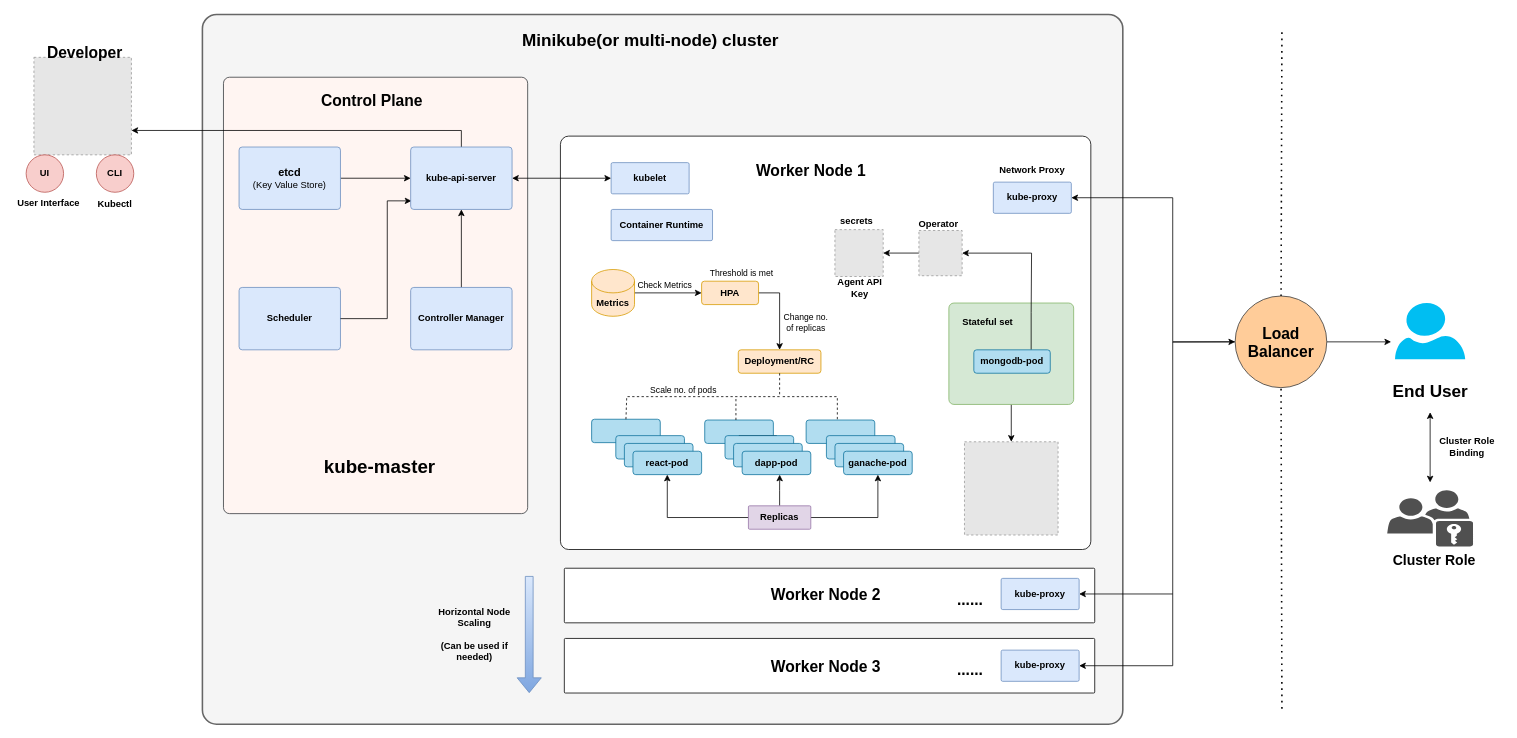
saki-osive/ScalableBlockchainApps-4032 keeps this draw.io diagram as labs/lab-4/design-document/k8s-design-doc.drawio. Above is the earlier version. Source tidied: cells renumbered, new cells numbered last; positions are measured from the earlier drawing's top-left corner, leaving out a move shared by most shapes. Both pictures are drawn from the tidied source at 78%, with x=0, y=0 at pixel (13, 14). Pictures stored in the file or linked from it are replaced by grey dashed boxes.
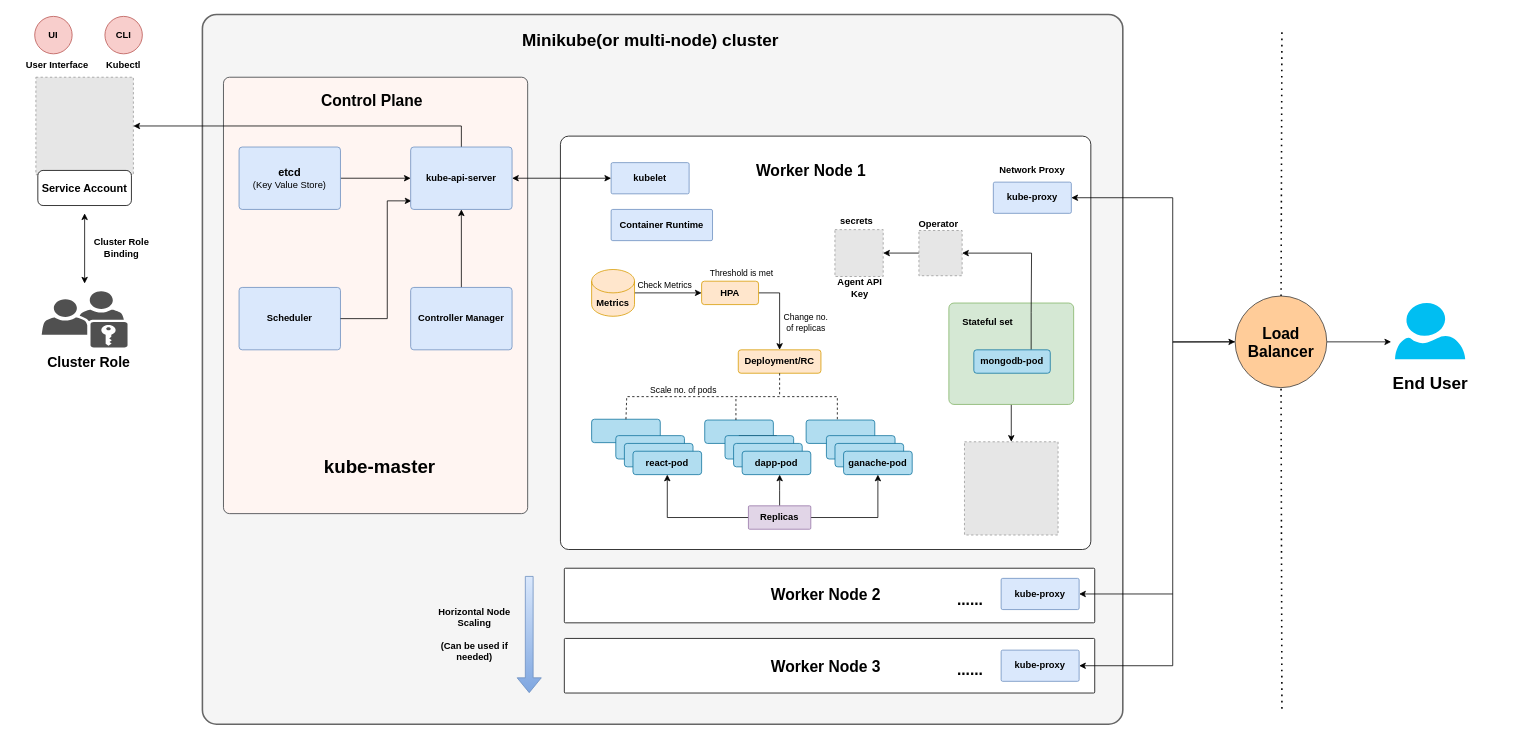
Above is the later version.

Commit message (it also covers changes not shown here):
add design document

Unchanged cells that the change refers to:
```xml
<mxCell id="13" value="&lt;b&gt;kube-api-server&lt;/b&gt;" style="rounded=1;whiteSpace=wrap;html=1;rotation=0;direction=east;flipH=0;labelBorderColor=none;labelBackgroundColor=none;imageHeight=24;arcSize=5;fillColor=#dae8fc;strokeColor=#6c8ebf;" parent="1" vertex="1">
  <mxGeometry x="509" y="170" width="130" height="80" as="geometry" />
</mxCell>
```

Diff of the diagram source:
```diff
@@
-    <mxCell id="12" style="edgeStyle=orthogonalEdgeStyle;rounded=0;jettySize=auto;html=1;exitX=0.5;exitY=0;exitDx=0;exitDy=0;entryX=1;entryY=0.75;entryDx=0;entryDy=0;" parent="1" edge="1" source="13" target="41">
-      <mxGeometry relative="1" as="geometry" />
+    <mxCell id="12" style="edgeStyle=orthogonalEdgeStyle;rounded=0;jettySize=auto;html=1;entryX=1;entryY=0.5;entryDx=0;entryDy=0;" parent="1" edge="1" source="13" target="41">
+      <mxGeometry relative="1" as="geometry">
+        <Array as="points">
+          <mxPoint x="574" y="143" />
+        </Array>
+      </mxGeometry>
     </mxCell>
@@
     <mxCell id="18" value="&lt;b&gt;&lt;sup&gt;&lt;font style=&quot;font-size: 22px;&quot;&gt;End User&lt;/font&gt;&lt;/sup&gt;&lt;/b&gt;" style="text;html=1;align=center;verticalAlign=middle;strokeColor=none;fillColor=none;" parent="1" vertex="1">
-      <mxGeometry x="1756" y="465" width="120" height="40" as="geometry" />
+      <mxGeometry x="1756" y="455" width="120" height="40" as="geometry" />
     </mxCell>
     <mxCell id="19" style="sketch=0;shadow=0;dashed=0;html=1;strokeColor=none;fillColor=#505050;labelPosition=center;verticalLabelPosition=bottom;verticalAlign=top;align=center;shape=mxgraph.office.users.role_group;" parent="1" vertex="1">
-      <mxGeometry x="1761" y="610" width="110" height="72" as="geometry" />
+      <mxGeometry x="36" y="355" width="110" height="72" as="geometry" />
     </mxCell>
     <mxCell id="20" value="&lt;b&gt;Cluster Role Binding&lt;/b&gt;" style="text;html=1;strokeColor=none;fillColor=none;align=center;verticalAlign=middle;whiteSpace=wrap;rounded=0;" parent="1" vertex="1">
-      <mxGeometry x="1816" y="547.9" width="95" height="12" as="geometry" />
+      <mxGeometry x="91" y="292.9" width="95" height="12" as="geometry" />
     </mxCell>
     <mxCell id="21" style="endArrow=classic;startArrow=classic;html=1;rounded=0;" parent="1" edge="1">
       <mxGeometry relative="1" as="geometry">
-        <mxPoint x="1816" y="510" as="sourcePoint" />
-        <mxPoint x="1816" y="600" as="targetPoint" />
+        <mxPoint x="91" y="255" as="sourcePoint" />
+        <mxPoint x="91" y="345" as="targetPoint" />
       </mxGeometry>
     </mxCell>
     <mxCell id="22" value="&lt;b&gt;&lt;sup&gt;&lt;font style=&quot;font-size: 18px;&quot;&gt;Cluster Role&lt;/font&gt;&lt;/sup&gt;&lt;/b&gt;" style="text;html=1;align=center;verticalAlign=middle;strokeColor=none;fillColor=none;" parent="1" vertex="1">
-      <mxGeometry x="1756" y="683" width="130" height="40" as="geometry" />
+      <mxGeometry x="31" y="428" width="130" height="40" as="geometry" />
     </mxCell>
@@
     <mxCell id="41" style="fillColor=#E6E6E6;strokeColor=#999999;dashed=1;verticalLabelPosition=bottom;labelBackgroundColor=default;verticalAlign=top;" parent="1" vertex="1">
-      <mxGeometry x="26" y="55" width="125" height="125" as="geometry" />
+      <mxGeometry x="28.5" y="80.5" width="125" height="125" as="geometry" />
     </mxCell>
-    <mxCell id="42" value="&lt;b&gt;&lt;sup&gt;&lt;font style=&quot;font-size: 20px;&quot;&gt;Developer&lt;/font&gt;&lt;/sup&gt;&lt;/b&gt;" style="text;html=1;align=center;verticalAlign=middle;strokeColor=none;fillColor=none;" parent="1" vertex="1">
-      <mxGeometry x="31" y="30" width="120" height="40" as="geometry" />
-    </mxCell>
     <mxCell id="43" value="&lt;b&gt;UI&lt;/b&gt;" style="ellipse;whiteSpace=wrap;html=1;fillColor=#f8cecc;strokeColor=#b85450;" parent="1" vertex="1">
-      <mxGeometry x="16" y="180" width="48" height="48" as="geometry" />
+      <mxGeometry x="27" y="2.5" width="48" height="48" as="geometry" />
     </mxCell>
     <mxCell id="44" value="&lt;b&gt;CLI&lt;/b&gt;" style="ellipse;whiteSpace=wrap;html=1;fillColor=#f8cecc;strokeColor=#b85450;" parent="1" vertex="1">
-      <mxGeometry x="106" y="180" width="48" height="48" as="geometry" />
+      <mxGeometry x="117" y="2.5" width="48" height="48" as="geometry" />
     </mxCell>
     <mxCell id="45" value="&lt;b style=&quot;border-color: var(--border-color);&quot;&gt;User Interface&lt;/b&gt;" style="text;html=1;strokeColor=none;fillColor=none;align=center;verticalAlign=middle;whiteSpace=wrap;rounded=0;" parent="1" vertex="1">
-      <mxGeometry y="227" width="90" height="30" as="geometry" />
+      <mxGeometry x="11" y="49.5" width="90" height="30" as="geometry" />
     </mxCell>
     <mxCell id="46" value="&lt;b style=&quot;border-color: var(--border-color);&quot;&gt;Kubectl&lt;/b&gt;" style="text;html=1;strokeColor=none;fillColor=none;align=center;verticalAlign=middle;whiteSpace=wrap;rounded=0;" parent="1" vertex="1">
-      <mxGeometry x="100" y="227" width="60" height="31" as="geometry" />
+      <mxGeometry x="111" y="49.5" width="60" height="31" as="geometry" />
     </mxCell>
@@
+    <mxCell id="96" value="&lt;b&gt;&lt;font style=&quot;font-size: 14px;&quot;&gt;Service Account&lt;/font&gt;&lt;/b&gt;" style="rounded=1;whiteSpace=wrap;html=1;" parent="1" vertex="1">
+      <mxGeometry x="31" y="200" width="120" height="45" as="geometry" />
+    </mxCell>
```
